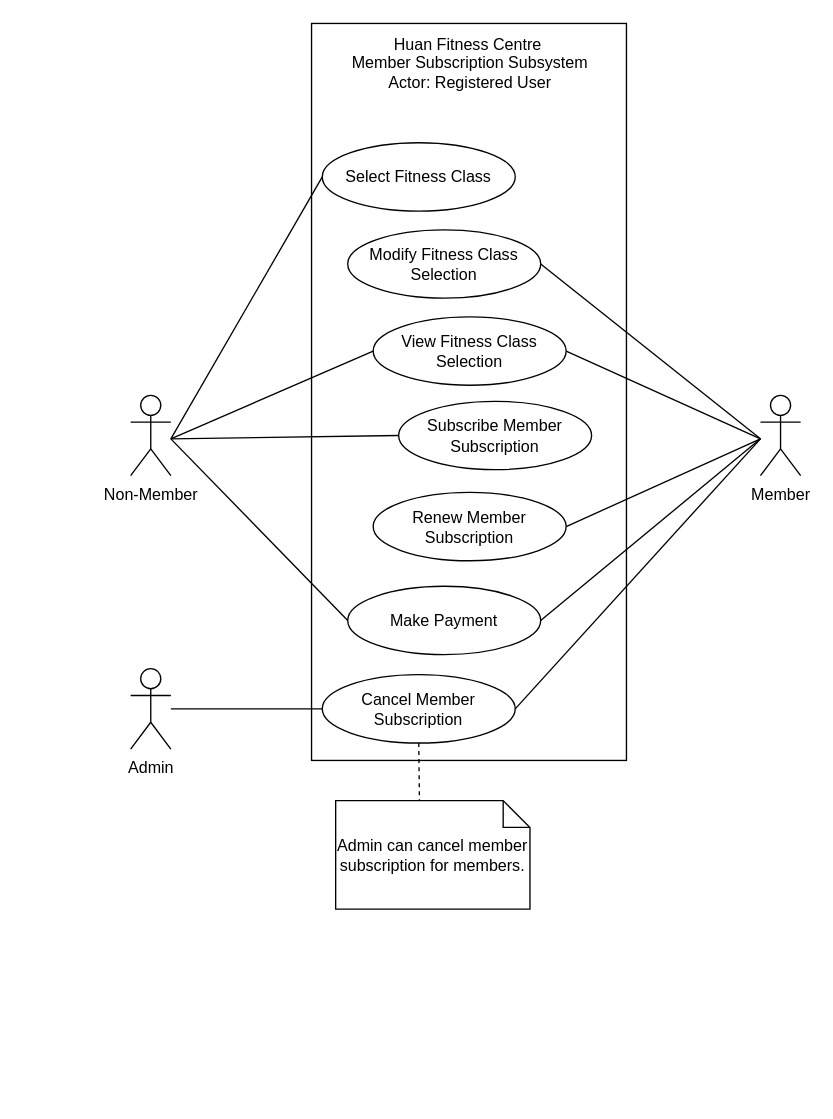
Earlier version of the draw.io diagram page "Member Subscription" (3 of 17) of diagrams/Use Case Diagram.drawio (iZ86/DIT2153WD). Source tidied: cells renumbered, new cells numbered last; positions are measured from the earlier drawing's top-left corner, leaving out a move shared by most shapes. Both pictures are drawn from the tidied source at 134%, with x=0, y=0 at pixel (130, 23).
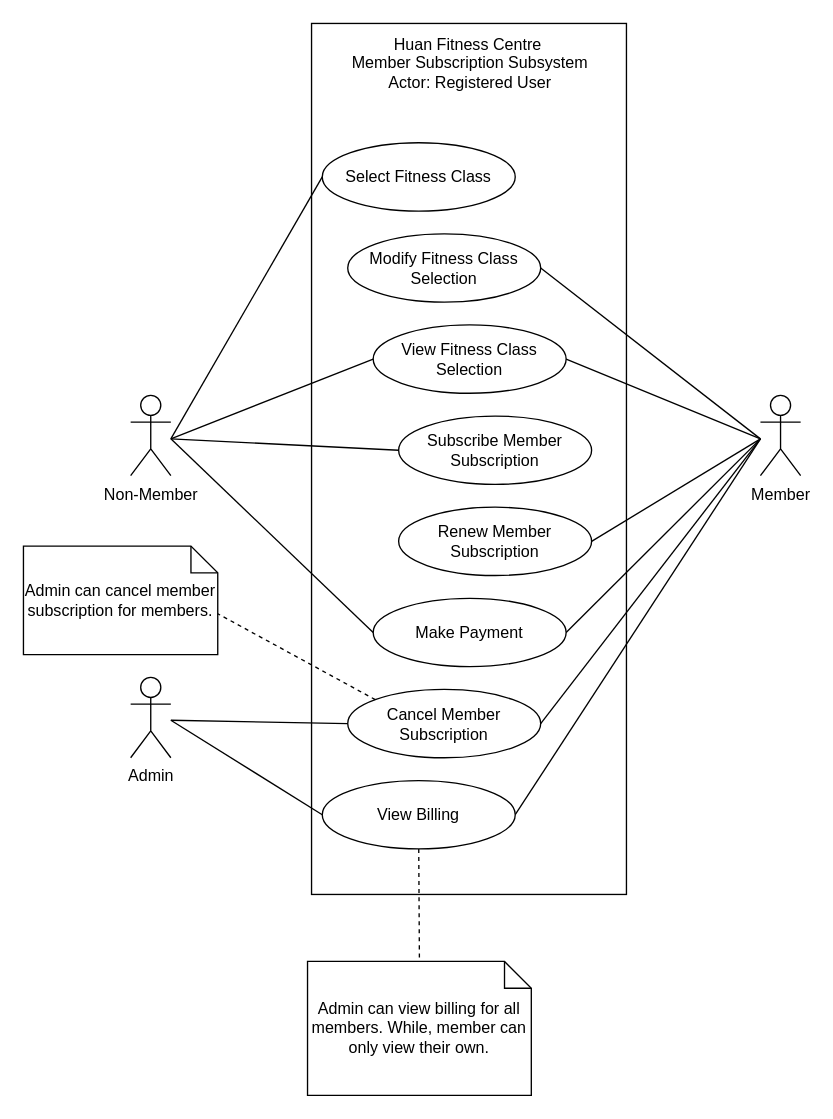
The same page after the edit.

Commit message:
Add view billing for membersubscription admin and member

Change to the diagram source:
```diff
@@
     <mxCell id="2" style="rounded=0;whiteSpace=wrap;html=1;" parent="1" vertex="1">
-      <mxGeometry x="135" width="235" height="550" as="geometry" />
+      <mxGeometry x="135" width="235" height="650" as="geometry" />
     </mxCell>
@@
     <mxCell id="4" value="Modify Fitness Class Selection" style="ellipse;whiteSpace=wrap;html=1;" parent="1" vertex="1">
-      <mxGeometry x="162" y="154" width="144" height="51" as="geometry" />
+      <mxGeometry x="162" y="157" width="144" height="51" as="geometry" />
     </mxCell>
     <mxCell id="5" value="View Fitness Class Selection" style="ellipse;whiteSpace=wrap;html=1;" parent="1" vertex="1">
-      <mxGeometry x="181" y="219" width="144" height="51" as="geometry" />
+      <mxGeometry x="181" y="225" width="144" height="51" as="geometry" />
     </mxCell>
     <mxCell id="6" value="Cancel Member Subscription" style="ellipse;whiteSpace=wrap;html=1;" parent="1" vertex="1">
-      <mxGeometry x="143" y="486" width="144" height="51" as="geometry" />
+      <mxGeometry x="162" y="497" width="144" height="51" as="geometry" />
     </mxCell>
     <mxCell id="7" value="Make Payment" style="ellipse;whiteSpace=wrap;html=1;" parent="1" vertex="1">
-      <mxGeometry x="162" y="420" width="144" height="51" as="geometry" />
+      <mxGeometry x="181" y="429" width="144" height="51" as="geometry" />
     </mxCell>
@@
     <mxCell id="9" value="Subscribe Member Subscription" style="ellipse;whiteSpace=wrap;html=1;" parent="1" vertex="1">
-      <mxGeometry x="200" y="282" width="144" height="51" as="geometry" />
+      <mxGeometry x="200" y="293" width="144" height="51" as="geometry" />
     </mxCell>
     <mxCell id="10" value="Renew Member Subscription" style="ellipse;whiteSpace=wrap;html=1;" parent="1" vertex="1">
-      <mxGeometry x="181" y="350" width="144" height="51" as="geometry" />
+      <mxGeometry x="200" y="361" width="144" height="51" as="geometry" />
     </mxCell>
@@
-    <mxCell id="17" style="rounded=0;jettySize=auto;html=1;entryX=0;entryY=0.5;entryDx=0;entryDy=0;endArrow=none;endFill=0;" parent="1" edge="1" source="18" target="6">
-      <mxGeometry relative="1" as="geometry" />
+    <mxCell id="17" style="rounded=0;jettySize=auto;html=1;entryX=0;entryY=0.5;entryDx=0;entryDy=0;endArrow=none;endFill=0;" parent="1" edge="1" target="6">
+      <mxGeometry relative="1" as="geometry">
+        <mxPoint x="30" y="520" as="sourcePoint" />
+      </mxGeometry>
     </mxCell>
     <mxCell id="18" value="Admin" style="shape=umlActor;verticalLabelPosition=bottom;verticalAlign=top;html=1;outlineConnect=0;" parent="1" vertex="1">
-      <mxGeometry y="481.5" width="30" height="60" as="geometry" />
+      <mxGeometry y="488" width="30" height="60" as="geometry" />
     </mxCell>
@@
     <mxCell id="24" value="Admin can cancel member subscription for members." style="shape=note;size=20;whiteSpace=wrap;html=1;" parent="1" vertex="1">
-      <mxGeometry x="153" y="580" width="145" height="81" as="geometry" />
+      <mxGeometry x="-80" y="390" width="145" height="81" as="geometry" />
     </mxCell>
-    <mxCell id="25" style="rounded=0;jettySize=auto;html=1;entryX=0;entryY=0;entryDx=62.5;entryDy=0;entryPerimeter=0;endArrow=none;endFill=0;dashed=1;" parent="1" edge="1" source="6" target="24">
+    <mxCell id="25" style="rounded=0;jettySize=auto;html=1;entryX=0;entryY=0;entryDx=145;entryDy=50.5;entryPerimeter=0;endArrow=none;endFill=0;dashed=1;exitX=0;exitY=0;exitDx=0;exitDy=0;" parent="1" edge="1" source="6" target="24">
       <mxGeometry relative="1" as="geometry" />
     </mxCell>
+    <mxCell id="26" style="rounded=0;jettySize=auto;html=1;endArrow=none;endFill=0;exitX=0;exitY=0.5;exitDx=0;exitDy=0;" parent="1" edge="1" source="28">
+      <mxGeometry relative="1" as="geometry">
+        <mxPoint x="30" y="520" as="targetPoint" />
+      </mxGeometry>
+    </mxCell>
+    <mxCell id="27" style="rounded=0;jettySize=auto;html=1;endArrow=none;endFill=0;exitX=1;exitY=0.5;exitDx=0;exitDy=0;" parent="1" edge="1" source="28">
+      <mxGeometry relative="1" as="geometry">
+        <mxPoint x="470" y="310" as="targetPoint" />
+      </mxGeometry>
+    </mxCell>
+    <mxCell id="28" value="View Billing" style="ellipse;whiteSpace=wrap;html=1;" parent="1" vertex="1">
+      <mxGeometry x="143" y="565" width="144" height="51" as="geometry" />
+    </mxCell>
+    <mxCell id="29" value="Admin can view billing for all members. While, member can only view their own." style="shape=note;size=20;whiteSpace=wrap;html=1;" parent="1" vertex="1">
+      <mxGeometry x="132" y="700" width="167" height="100" as="geometry" />
+    </mxCell>
+    <mxCell id="30" style="rounded=0;jettySize=auto;html=1;entryX=0.5;entryY=0;entryDx=0;entryDy=0;entryPerimeter=0;endArrow=none;endFill=0;dashed=1;" parent="1" edge="1" source="28" target="29">
+      <mxGeometry relative="1" as="geometry" />
+    </mxCell>
```
